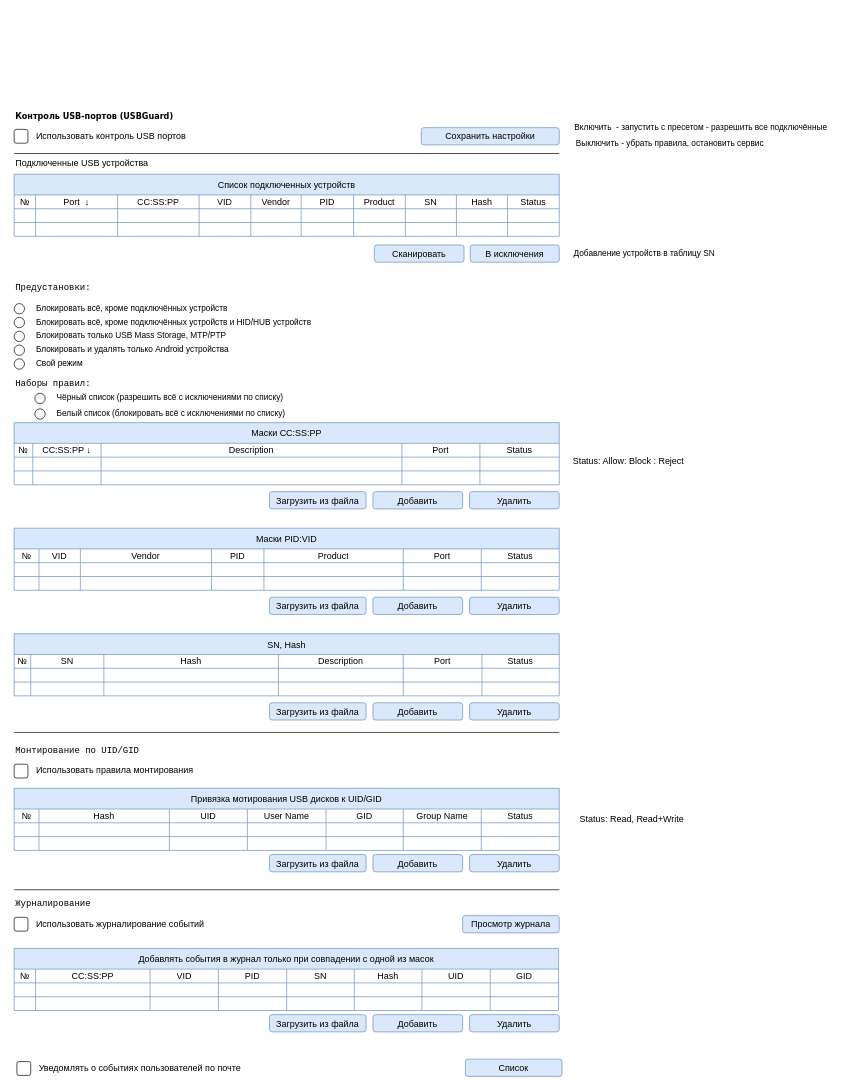
Before: alterator_ui/UI.drawio in 3036662/alterator-usbmount, a draw.io diagram. Source tidied: cells renumbered, new cells numbered last; positions are measured from the earlier drawing's top-left corner, leaving out a move shared by most shapes. Both pictures are drawn from the tidied source at 69%, with x=0, y=0 at pixel (14, 98).
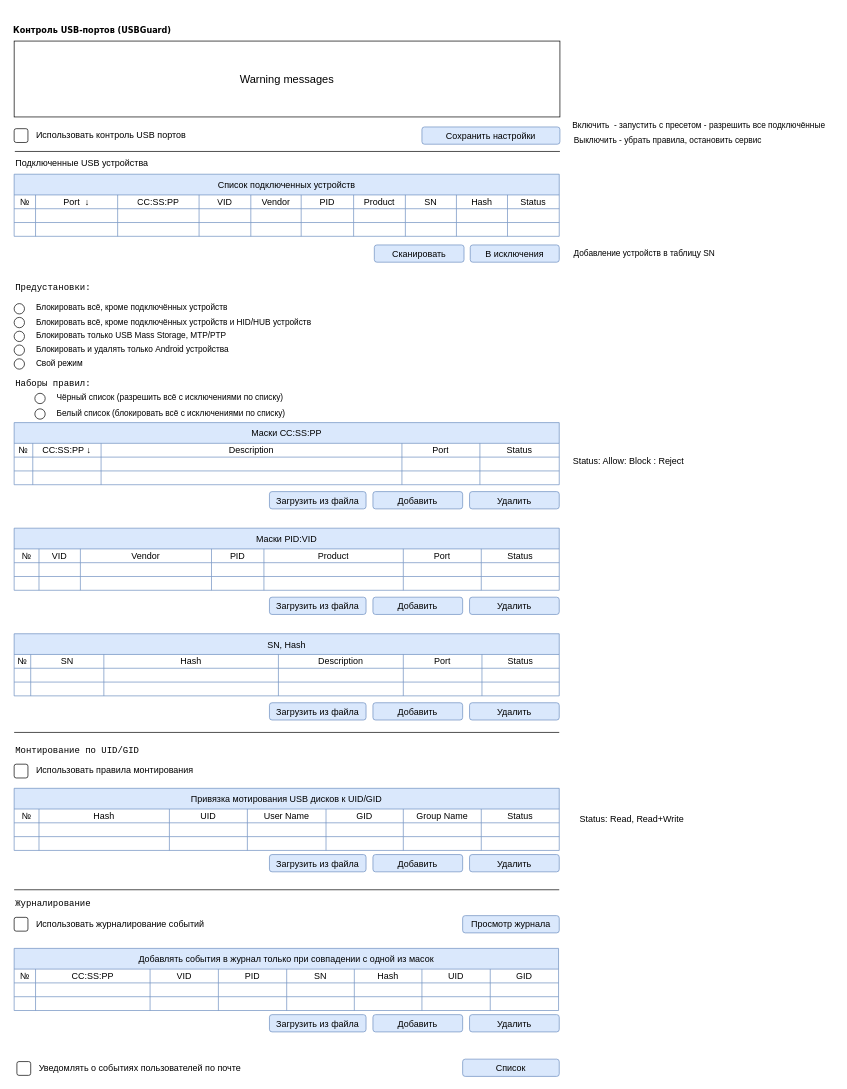
After the change.

Change to the diagram source:
```diff
@@
     <mxCell id="2" value="&lt;p style=&quot;line-height: 100%; margin-bottom: 0cm; font-size: 13px;&quot;&gt;&lt;font style=&quot;font-size: 13px;&quot;&gt;&lt;font color=&quot;#000000&quot; style=&quot;font-size: 13px;&quot;&gt;&lt;font face=&quot;DejaVu Sans Condensed, sans-serif&quot; style=&quot;font-size: 13px;&quot;&gt;&lt;b style=&quot;font-size: 13px;&quot;&gt;Кон&lt;/b&gt;&lt;/font&gt;&lt;/font&gt;&lt;font color=&quot;#000000&quot; style=&quot;font-size: 13px;&quot;&gt;&lt;font face=&quot;DejaVu Sans Condensed, sans-serif&quot; style=&quot;font-size: 13px;&quot;&gt;&lt;b style=&quot;font-size: 13px;&quot;&gt;т&lt;/b&gt;&lt;/font&gt;&lt;/font&gt;&lt;font color=&quot;#000000&quot; style=&quot;font-size: 13px;&quot;&gt;&lt;font face=&quot;DejaVu Sans Condensed, sans-serif&quot; style=&quot;font-size: 13px;&quot;&gt;&lt;b style=&quot;font-size: 13px;&quot;&gt;роль USB-портов (USBGuard)&lt;/b&gt;&lt;/font&gt;&lt;/font&gt;&lt;/font&gt;&lt;br style=&quot;font-size: 13px;&quot;&gt;&lt;/p&gt;" style="text;whiteSpace=wrap;html=1;fontSize=13;" parent="1" vertex="1">
-      <mxGeometry width="450" height="50" as="geometry" />
+      <mxGeometry x="-3" y="-125" width="450" height="50" as="geometry" />
     </mxCell>
     <mxCell id="3" style="group;fontSize=13;" parent="1" vertex="1">
-      <mxGeometry y="40" width="410" height="30" as="geometry" />
+      <mxGeometry y="39" width="410" height="30" as="geometry" />
     </mxCell>
@@
-    <mxCell id="6" style="endArrow=none;html=1;rounded=0;fontSize=13;" parent="3" edge="1">
-      <mxGeometry relative="1" as="geometry">
-        <mxPoint y="40" as="sourcePoint" />
-        <mxPoint x="790" y="40" as="targetPoint" />
-      </mxGeometry>
-    </mxCell>
@@
     <mxCell id="13" value="Сохранить настройки" style="rounded=1;whiteSpace=wrap;html=1;fillColor=#dae8fc;strokeColor=#6c8ebf;fontSize=13;" parent="1" vertex="1">
-      <mxGeometry x="590" y="42.5" width="200" height="25" as="geometry" />
+      <mxGeometry x="591" y="41.5" width="200" height="25" as="geometry" />
     </mxCell>
@@
     <mxCell id="49" value="Включить&amp;nbsp; - запустить с пресетом - разрешить все подключённые" style="text;html=1;align=center;verticalAlign=middle;strokeColor=none;fillColor=none;" parent="1" vertex="1">
-      <mxGeometry x="800" y="28" width="390" height="30" as="geometry" />
+      <mxGeometry x="797" y="24" width="390" height="30" as="geometry" />
     </mxCell>
@@
     <mxCell id="51" value="Выключить - убрать правила, остановить сервис" style="text;html=1;align=center;verticalAlign=middle;strokeColor=none;fillColor=none;" parent="1" vertex="1">
-      <mxGeometry x="800" y="50" width="300" height="30" as="geometry" />
+      <mxGeometry x="797" y="46" width="300" height="30" as="geometry" />
     </mxCell>
@@
     <mxCell id="183" value="Список" style="rounded=1;whiteSpace=wrap;html=1;fillColor=#dae8fc;strokeColor=#6c8ebf;fontSize=13;" parent="1" vertex="1">
-      <mxGeometry x="654" y="1392.5" width="140" height="25" as="geometry" />
+      <mxGeometry x="650" y="1392.5" width="140" height="25" as="geometry" />
     </mxCell>
@@
+    <mxCell id="219" value="Warning messages" style="whiteSpace=wrap;html=1;align=center;fontSize=16;" parent="1" vertex="1">
+      <mxGeometry y="-83" width="791" height="110" as="geometry" />
+    </mxCell>
+    <mxCell id="6" style="endArrow=none;html=1;rounded=0;fontSize=13;" parent="1" edge="1">
+      <mxGeometry relative="1" as="geometry">
+        <mxPoint x="1" y="77" as="sourcePoint" />
+        <mxPoint x="791" y="77" as="targetPoint" />
+      </mxGeometry>
+    </mxCell>
```
